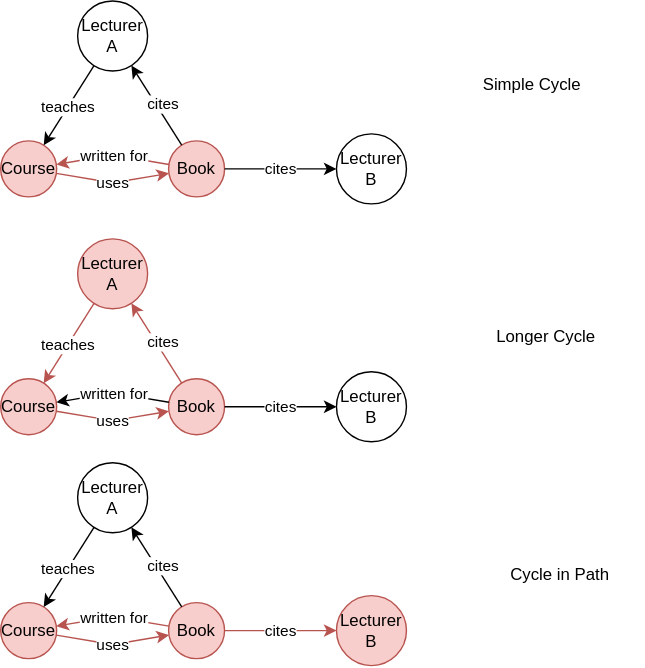
cschlay/qbe-gradu keeps this draw.io diagram as docs/test-graphs/Path - Cycles.svg. Above is the earlier version. Source tidied: cells renumbered, new cells last; positions are measured from the earlier drawing's top-left corner, leaving out a move shared by most shapes.
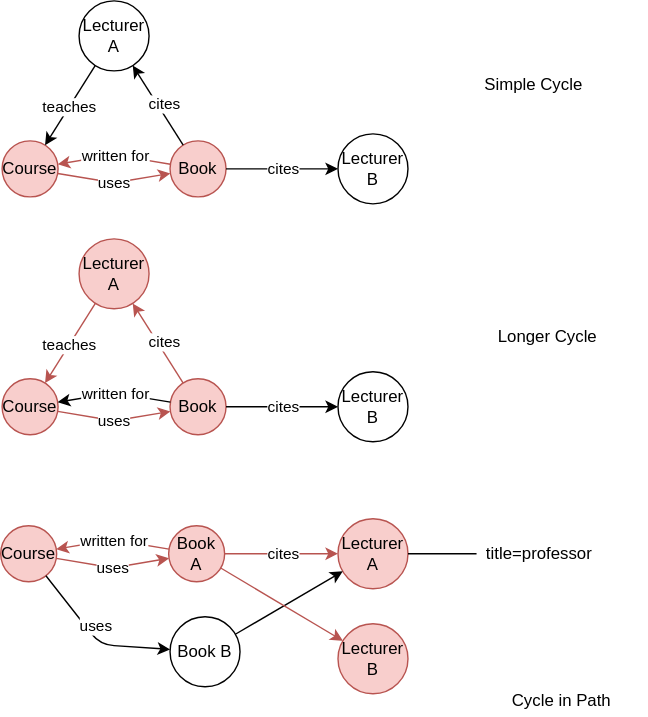
Above is the later version.

Commit message:
Fix path with cycle test

Diff of the diagram source:
```diff
@@ -123,18 +123,15 @@
       </mxGeometry>
     </mxCell>
     <mxCell id="30" value="Course" style="ellipse;whiteSpace=wrap;html=1;fillColor=#f8cecc;strokeColor=#b85450;" parent="1" vertex="1">
-      <mxGeometry y="430" width="40" height="40" as="geometry" />
+      <mxGeometry x="-1" y="375" width="40" height="40" as="geometry" />
     </mxCell>
-    <mxCell id="31" value="Book" style="ellipse;whiteSpace=wrap;html=1;fillColor=#f8cecc;strokeColor=#b85450;" parent="1" vertex="1">
-      <mxGeometry x="120" y="430" width="40" height="40" as="geometry" />
+    <mxCell id="31" value="Book A&lt;span style=&quot;color: rgba(0 , 0 , 0 , 0) ; font-family: monospace ; font-size: 0px&quot;&gt;%3CmxGraphModel%3E%3Croot%3E%3CmxCell%20id%3D%220%22%2F%3E%3CmxCell%20id%3D%221%22%20parent%3D%220%22%2F%3E%3CmxCell%20id%3D%222%22%20value%3D%22Course%22%20style%3D%22ellipse%3BwhiteSpace%3Dwrap%3Bhtml%3D1%3Baspect%3Dfixed%3BfillColor%3D%23f8cecc%3BstrokeColor%3D%23b85450%3B%22%20vertex%3D%221%22%20parent%3D%221%22%3E%3CmxGeometry%20x%3D%22200%22%20y%3D%22620%22%20width%3D%2240%22%20height%3D%2240%22%20as%3D%22geometry%22%2F%3E%3C%2FmxCell%3E%3CmxCell%20id%3D%223%22%20value%3D%22Book%22%20style%3D%22ellipse%3BwhiteSpace%3Dwrap%3Bhtml%3D1%3Baspect%3Dfixed%3BfillColor%3D%23f8cecc%3BstrokeColor%3D%23b85450%3B%22%20vertex%3D%221%22%20parent%3D%221%22%3E%3CmxGeometry%20x%3D%22320%22%20y%3D%22620%22%20width%3D%2240%22%20height%3D%2240%22%20as%3D%22geometry%22%2F%3E%3C%2FmxCell%3E%3CmxCell%20id%3D%224%22%20value%3D%22%22%20style%3D%22endArrow%3Dclassic%3Bhtml%3D1%3BfillColor%3D%23f8cecc%3BstrokeColor%3D%23b85450%3B%22%20edge%3D%221%22%20source%3D%222%22%20target%3D%223%22%20parent%3D%221%22%3E%3CmxGeometry%20width%3D%2250%22%20height%3D%2250%22%20relative%3D%221%22%20as%3D%22geometry%22%3E%3CmxPoint%20x%3D%22280%22%20y%3D%22670%22%20as%3D%22sourcePoint%22%2F%3E%3CmxPoint%20x%3D%22330%22%20y%3D%22620%22%20as%3D%22targetPoint%22%2F%3E%3CArray%20as%3D%22points%22%3E%3CmxPoint%20x%3D%22280%22%20y%3D%22650%22%2F%3E%3C%2FArray%3E%3C%2FmxGeometry%3E%3C%2FmxCell%3E%3CmxCell%20id%3D%225%22%20value%3D%22uses%22%20style%3D%22edgeLabel%3Bhtml%3D1%3Balign%3Dcenter%3BverticalAlign%3Dmiddle%3Bresizable%3D0%3Bpoints%3D%5B%5D%3B%22%20vertex%3D%221%22%20connectable%3D%220%22%20parent%3D%224%22%3E%3CmxGeometry%20x%3D%22-0.2059%22%20y%3D%22-1%22%20relative%3D%221%22%20as%3D%22geometry%22%3E%3CmxPoint%20x%3D%228%22%20as%3D%22offset%22%2F%3E%3C%2FmxGeometry%3E%3C%2FmxCell%3E%3CmxCell%20id%3D%226%22%20value%3D%22%22%20style%3D%22endArrow%3Dclassic%3Bhtml%3D1%3BfillColor%3D%23f8cecc%3BstrokeColor%3D%23b85450%3B%22%20edge%3D%221%22%20source%3D%223%22%20target%3D%222%22%20parent%3D%221%22%3E%3CmxGeometry%20width%3D%2250%22%20height%3D%2250%22%20relative%3D%221%22%20as%3D%22geometry%22%3E%3CmxPoint%20x%3D%22370%22%20y%3D%22660%22%20as%3D%22sourcePoint%22%2F%3E%3CmxPoint%20x%3D%22420%22%20y%3D%22610%22%20as%3D%22targetPoint%22%2F%3E%3CArray%20as%3D%22points%22%3E%3CmxPoint%20x%3D%22280%22%20y%3D%22630%22%2F%3E%3C%2FArray%3E%3C%2FmxGeometry%3E%3C%2FmxCell%3E%3CmxCell%20id%3D%227%22%20value%3D%22written%20for%22%20style%3D%22edgeLabel%3Bhtml%3D1%3Balign%3Dcenter%3BverticalAlign%3Dmiddle%3Bresizable%3D0%3Bpoints%3D%5B%5D%3B%22%20vertex%3D%221%22%20connectable%3D%220%22%20parent%3D%226%22%3E%3CmxGeometry%20x%3D%220.2887%22%20y%3D%22-1%22%20relative%3D%221%22%20as%3D%22geometry%22%3E%3CmxPoint%20x%3D%2212%22%20as%3D%22offset%22%2F%3E%3C%2FmxGeometry%3E%3C%2FmxCell%3E%3C%2Froot%3E%3C%2FmxGraphModel%3A&lt;/span&gt;" style="ellipse;whiteSpace=wrap;html=1;fillColor=#f8cecc;strokeColor=#b85450;" parent="1" vertex="1">
+      <mxGeometry x="119" y="375" width="40" height="40" as="geometry" />
     </mxCell>
-    <mxCell id="32" value="Lecturer A" style="ellipse;whiteSpace=wrap;html=1;" parent="1" vertex="1">
-      <mxGeometry x="55" y="330" width="50" height="50" as="geometry" />
-    </mxCell>
     <mxCell id="33" style="endArrow=classic;html=1;fillColor=#f8cecc;strokeColor=#b85450;" parent="1" edge="1" source="30" target="31">
       <mxGeometry relative="1" as="geometry">
         <Array as="points">
-          <mxPoint x="80" y="460" />
+          <mxPoint x="79" y="405" />
         </Array>
       </mxGeometry>
     </mxCell>
@@ -143,29 +140,13 @@
         <mxPoint x="8" as="offset" />
       </mxGeometry>
     </mxCell>
-    <mxCell id="35" style="endArrow=classic;html=1;" parent="1" edge="1" source="31" target="32">
-      <mxGeometry relative="1" as="geometry" />
-    </mxCell>
-    <mxCell id="36" value="cites" style="edgeLabel;html=1;align=center;verticalAlign=middle;" parent="35" vertex="1">
-      <mxGeometry x="-0.28" y="1" relative="1" as="geometry">
-        <mxPoint y="-10" as="offset" />
-      </mxGeometry>
-    </mxCell>
-    <mxCell id="37" style="endArrow=classic;html=1;" parent="1" edge="1" source="32" target="30">
-      <mxGeometry relative="1" as="geometry" />
-    </mxCell>
-    <mxCell id="38" value="teaches" style="edgeLabel;html=1;align=center;verticalAlign=middle;" parent="37" vertex="1">
-      <mxGeometry x="-0.17" y="-3" relative="1" as="geometry">
-        <mxPoint x="-1" y="7" as="offset" />
-      </mxGeometry>
-    </mxCell>
-    <mxCell id="39" value="Lecturer B" style="ellipse;whiteSpace=wrap;html=1;fillColor=#f8cecc;strokeColor=#b85450;" parent="1" vertex="1">
-      <mxGeometry x="240" y="425" width="50" height="50" as="geometry" />
+    <mxCell id="39" value="Lecturer A" style="ellipse;whiteSpace=wrap;html=1;fillColor=#f8cecc;strokeColor=#b85450;" parent="1" vertex="1">
+      <mxGeometry x="240" y="370" width="50" height="50" as="geometry" />
     </mxCell>
     <mxCell id="40" style="endArrow=classic;html=1;fillColor=#f8cecc;strokeColor=#b85450;" parent="1" edge="1" source="31" target="30">
       <mxGeometry relative="1" as="geometry">
         <Array as="points">
-          <mxPoint x="80" y="440" />
+          <mxPoint x="79" y="385" />
         </Array>
       </mxGeometry>
     </mxCell>
@@ -189,7 +170,37 @@
       <mxGeometry x="330" y="230" width="120" height="20" as="geometry" />
     </mxCell>
     <mxCell id="46" value="Cycle in Path" style="text;html=1;strokeColor=none;fillColor=none;align=center;verticalAlign=middle;whiteSpace=wrap;rounded=0;" parent="1" vertex="1">
-      <mxGeometry x="340" y="400" width="120" height="20" as="geometry" />
+      <mxGeometry x="340" y="490" width="120" height="20" as="geometry" />
     </mxCell>
+    <mxCell id="47" value="title=professor" style="text;html=1;strokeColor=none;fillColor=none;align=center;verticalAlign=middle;whiteSpace=wrap;rounded=0;" parent="1" vertex="1">
+      <mxGeometry x="339" y="385" width="90" height="20" as="geometry" />
+    </mxCell>
+    <mxCell id="48" style="endArrow=none;html=1;entryX=0;entryY=0.5;entryDx=0;entryDy=0;" parent="1" edge="1" source="39" target="47">
+      <mxGeometry relative="1" as="geometry" />
+    </mxCell>
+    <mxCell id="49" value="Book B" style="ellipse;whiteSpace=wrap;html=1;" parent="1" vertex="1">
+      <mxGeometry x="120" y="440" width="50" height="50" as="geometry" />
+    </mxCell>
+    <mxCell id="50" style="endArrow=classic;html=1;" parent="1" edge="1" source="30" target="49">
+      <mxGeometry relative="1" as="geometry">
+        <Array as="points">
+          <mxPoint x="70" y="460" />
+        </Array>
+      </mxGeometry>
+    </mxCell>
+    <mxCell id="51" value="uses" style="edgeLabel;html=1;align=center;verticalAlign=middle;" parent="50" vertex="1">
+      <mxGeometry x="-0.21" y="-1" relative="1" as="geometry">
+        <mxPoint x="8" as="offset" />
+      </mxGeometry>
+    </mxCell>
+    <mxCell id="52" style="endArrow=classic;html=1;" parent="1" edge="1" source="49" target="39">
+      <mxGeometry relative="1" as="geometry" />
+    </mxCell>
+    <mxCell id="53" value="Lecturer B" style="ellipse;whiteSpace=wrap;html=1;fillColor=#f8cecc;strokeColor=#b85450;" parent="1" vertex="1">
+      <mxGeometry x="240" y="445" width="50" height="50" as="geometry" />
+    </mxCell>
+    <mxCell id="54" style="endArrow=classic;html=1;fillColor=#f8cecc;strokeColor=#b85450;" parent="1" edge="1" source="31" target="53">
+      <mxGeometry relative="1" as="geometry" />
+    </mxCell>
   </root>
 </mxGraphModel>
```
